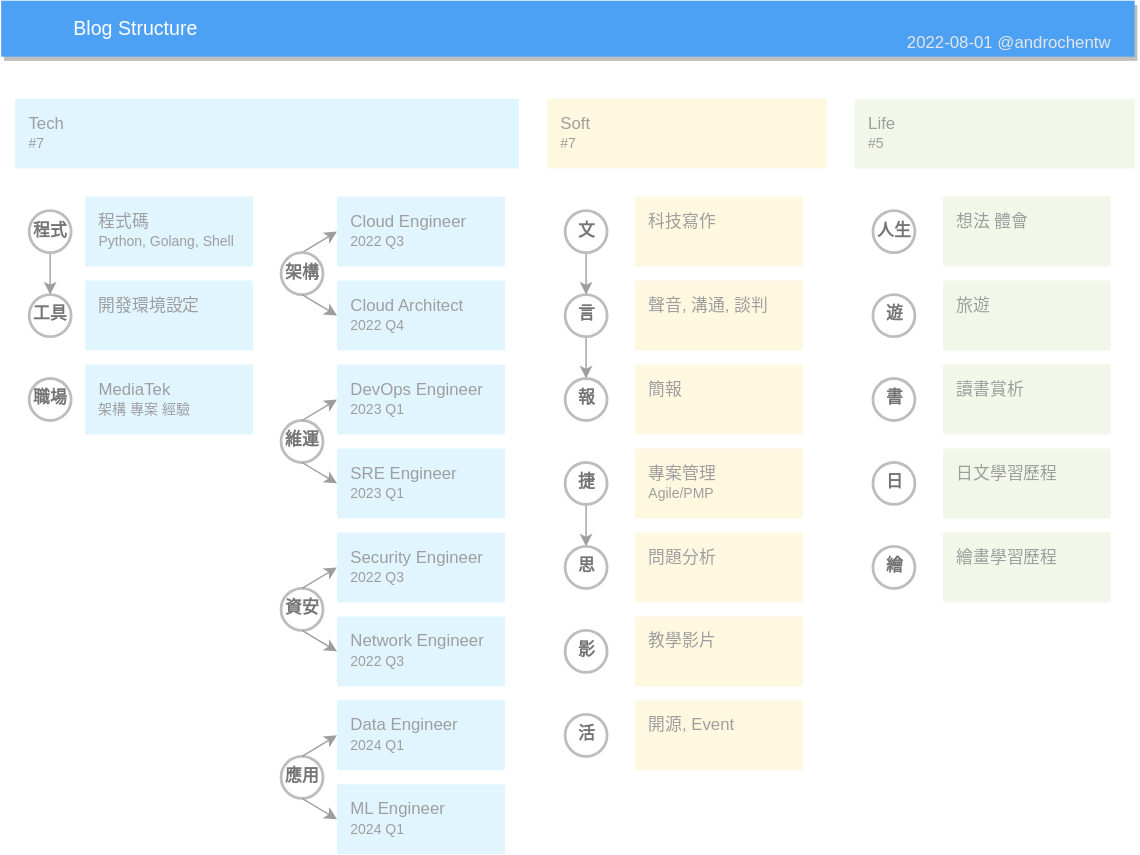
The draw.io diagram 2022-08-01 Blog Structure.svg in androchentw/diagrams-res, before a commit. Source tidied: cells renumbered, new cells last; positions are measured from the earlier drawing's top-left corner, leaving out a move shared by most shapes.
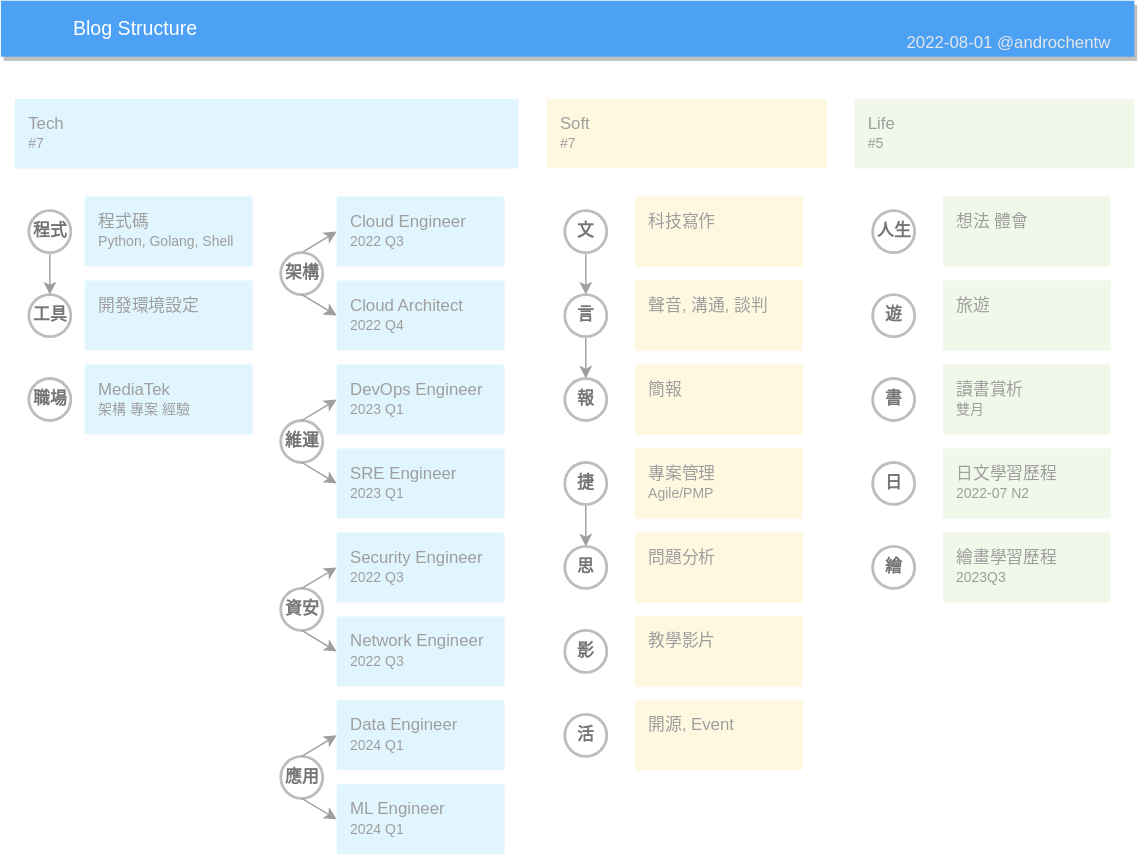
The same diagram one commit later.

Commit message:
update blog structure

The edit, as a diff of the source:
```diff
@@ -118,13 +118,13 @@
     <mxCell id="39" value="人生" style="shape=ellipse;fillColor=#ffffff;strokeColor=#BDBDBD;strokeWidth=2;shadow=0;gradientColor=none;fontColor=#757575;align=center;html=1;fontStyle=1;spacingTop=-1;" parent="1" vertex="1">
       <mxGeometry x="623" y="150" width="30" height="30" as="geometry" />
     </mxCell>
-    <mxCell id="40" value="讀書賞析" style="rounded=1;absoluteArcSize=1;arcSize=2;html=1;strokeColor=none;gradientColor=none;shadow=0;dashed=0;fontSize=12;fontColor=#9E9E9E;align=left;verticalAlign=top;spacing=10;spacingTop=-4;fillColor=#F1F8E9;" parent="1" vertex="1">
+    <mxCell id="40" value="讀書賞析&lt;br&gt;&lt;font style=&quot;font-size: 10px&quot;&gt;雙月&lt;/font&gt;" style="rounded=1;absoluteArcSize=1;arcSize=2;html=1;strokeColor=none;gradientColor=none;shadow=0;dashed=0;fontSize=12;fontColor=#9E9E9E;align=left;verticalAlign=top;spacing=10;spacingTop=-4;fillColor=#F1F8E9;" parent="1" vertex="1">
       <mxGeometry x="673" y="260" width="120" height="50" as="geometry" />
     </mxCell>
     <mxCell id="41" value="書" style="shape=ellipse;fillColor=#ffffff;strokeColor=#BDBDBD;strokeWidth=2;shadow=0;gradientColor=none;fontColor=#757575;align=center;html=1;fontStyle=1;spacingTop=-1;" parent="1" vertex="1">
       <mxGeometry x="623" y="270" width="30" height="30" as="geometry" />
     </mxCell>
-    <mxCell id="42" value="繪畫學習歷程" style="rounded=1;absoluteArcSize=1;arcSize=2;html=1;strokeColor=none;gradientColor=none;shadow=0;dashed=0;fontSize=12;fontColor=#9E9E9E;align=left;verticalAlign=top;spacing=10;spacingTop=-4;fillColor=#F1F8E9;" parent="1" vertex="1">
+    <mxCell id="42" value="繪畫學習歷程&lt;br&gt;&lt;font style=&quot;font-size: 10px&quot;&gt;2023Q3&lt;/font&gt;" style="rounded=1;absoluteArcSize=1;arcSize=2;html=1;strokeColor=none;gradientColor=none;shadow=0;dashed=0;fontSize=12;fontColor=#9E9E9E;align=left;verticalAlign=top;spacing=10;spacingTop=-4;fillColor=#F1F8E9;" parent="1" vertex="1">
       <mxGeometry x="673" y="380" width="120" height="50" as="geometry" />
     </mxCell>
     <mxCell id="43" value="繪" style="shape=ellipse;fillColor=#ffffff;strokeColor=#BDBDBD;strokeWidth=2;shadow=0;gradientColor=none;fontColor=#757575;align=center;html=1;fontStyle=1;spacingTop=-1;" parent="1" vertex="1">
@@ -136,7 +136,7 @@
     <mxCell id="45" value="2022-08-01 @androchentw" style="text;html=1;align=center;verticalAlign=middle;strokeColor=none;fontColor=#E6E6E6;" parent="1" vertex="1">
       <mxGeometry x="640" y="20" width="160" height="20" as="geometry" />
     </mxCell>
-    <mxCell id="46" value="日文學習歷程" style="rounded=1;absoluteArcSize=1;arcSize=2;html=1;strokeColor=none;gradientColor=none;shadow=0;dashed=0;fontSize=12;fontColor=#9E9E9E;align=left;verticalAlign=top;spacing=10;spacingTop=-4;fillColor=#F1F8E9;" parent="1" vertex="1">
+    <mxCell id="46" value="日文學習歷程&lt;br&gt;&lt;font style=&quot;font-size: 10px&quot;&gt;2022-07 N2&lt;/font&gt;" style="rounded=1;absoluteArcSize=1;arcSize=2;html=1;strokeColor=none;gradientColor=none;shadow=0;dashed=0;fontSize=12;fontColor=#9E9E9E;align=left;verticalAlign=top;spacing=10;spacingTop=-4;fillColor=#F1F8E9;" parent="1" vertex="1">
       <mxGeometry x="673" y="320" width="120" height="50" as="geometry" />
     </mxCell>
     <mxCell id="47" value="日" style="shape=ellipse;fillColor=#ffffff;strokeColor=#BDBDBD;strokeWidth=2;shadow=0;gradientColor=none;fontColor=#757575;align=center;html=1;fontStyle=1;spacingTop=-1;" parent="1" vertex="1">
```
